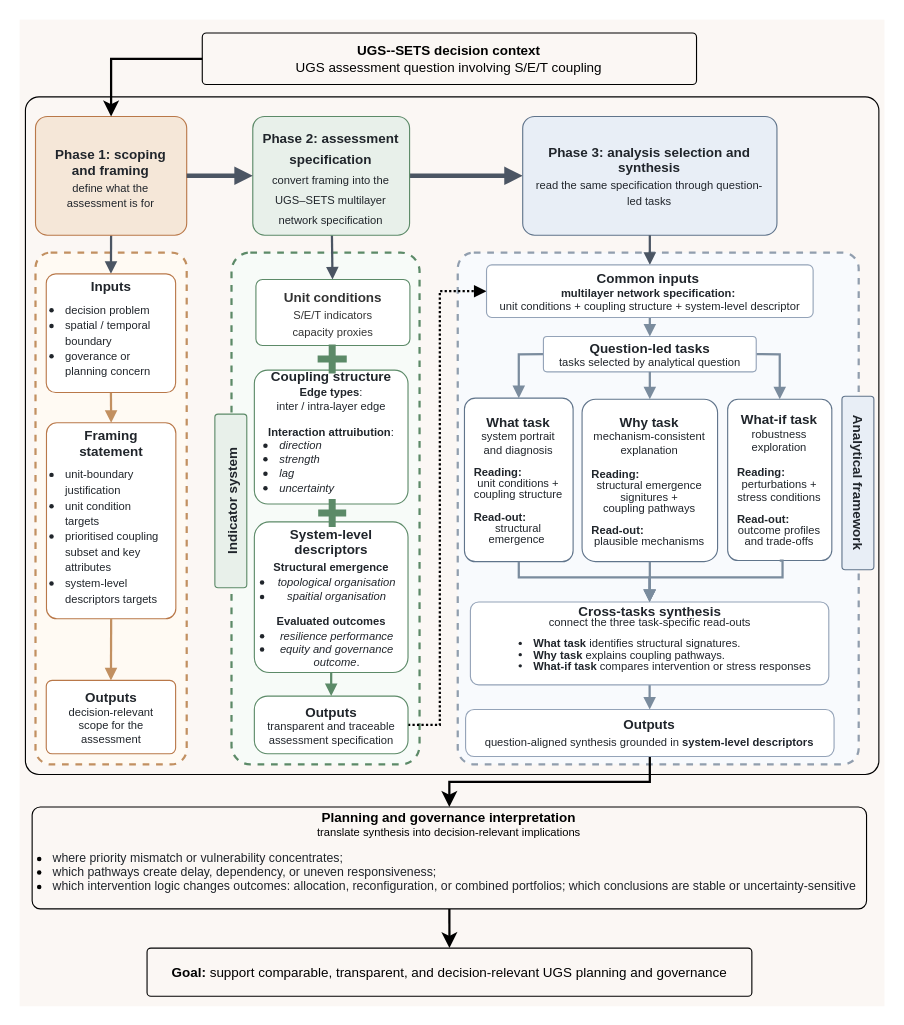
Earlier version of the draw.io diagram section5-workflow.drawio (ZixuanLi317/iodraw-files). Source tidied: cells renumbered, new cells numbered last; positions are measured from the earlier drawing's top-left corner, leaving out a move shared by most shapes. Both pictures are drawn from the tidied source at 112%, with x=0, y=0 at pixel (19, 19).
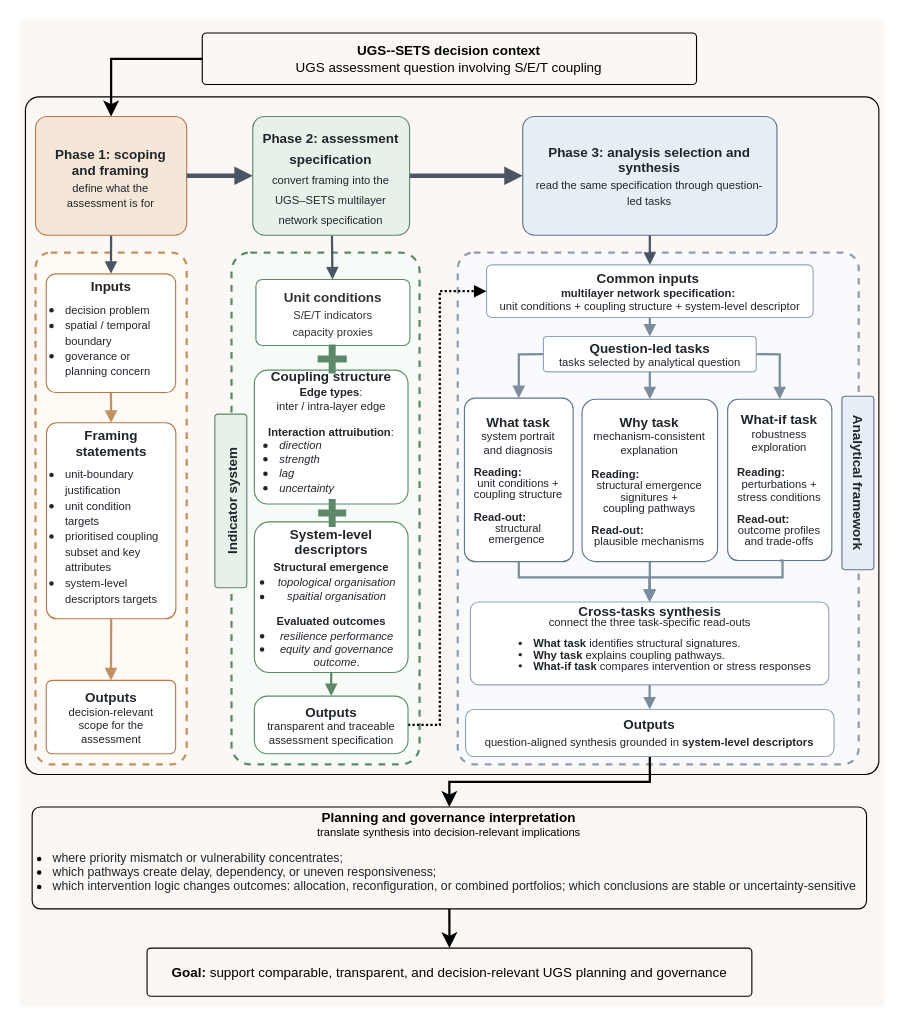
The same diagram, later.

The edit, as a diff of the source:
```diff
@@
-    <mxCell id="39" value="&lt;div style=&quot;line-height:116%;&quot;&gt;&lt;b&gt;Framing statement&lt;/b&gt;&lt;br&gt;&lt;ul style=&quot;padding-left: 10px; margin-top: 6px; margin-bottom: 6px;&quot;&gt;&lt;li style=&quot;text-align: left;&quot;&gt;&lt;span style=&quot;font-size: 10px; text-align: center;&quot;&gt;unit-boundary justification&lt;/span&gt;&lt;/li&gt;&lt;li style=&quot;text-align: left;&quot;&gt;&lt;font style=&quot;font-size: 10px;&quot;&gt;unit condition targets&lt;/font&gt;&lt;/li&gt;&lt;li style=&quot;text-align: left;&quot;&gt;&lt;span style=&quot;font-size: 10px; text-align: center;&quot;&gt;prioritised coupling subset and key attributes&lt;/span&gt;&lt;/li&gt;&lt;li style=&quot;text-align: left;&quot;&gt;&lt;span style=&quot;font-size: 10px; text-align: center;&quot;&gt;system-level descriptors targets&lt;/span&gt;&lt;/li&gt;&lt;/ul&gt;&lt;/div&gt;" style="whiteSpace=wrap;html=1;fillColor=#ffffff;strokeColor=#b97849;strokeWidth=1;fontSize=12;fontColor=#20252b;fontStyle=0;fontFamily=Helvetica;align=center;verticalAlign=middle;spacing=8;rounded=1;arcSize=8;" parent="1" vertex="1">
+    <mxCell id="39" value="&lt;div style=&quot;line-height:116%;&quot;&gt;&lt;b&gt;Framing statements&lt;/b&gt;&lt;br&gt;&lt;ul style=&quot;padding-left: 10px; margin-top: 6px; margin-bottom: 6px;&quot;&gt;&lt;li style=&quot;text-align: left;&quot;&gt;&lt;span style=&quot;font-size: 10px; text-align: center;&quot;&gt;unit-boundary justification&lt;/span&gt;&lt;/li&gt;&lt;li style=&quot;text-align: left;&quot;&gt;&lt;font style=&quot;font-size: 10px;&quot;&gt;unit condition targets&lt;/font&gt;&lt;/li&gt;&lt;li style=&quot;text-align: left;&quot;&gt;&lt;span style=&quot;font-size: 10px; text-align: center;&quot;&gt;prioritised coupling subset and key attributes&lt;/span&gt;&lt;/li&gt;&lt;li style=&quot;text-align: left;&quot;&gt;&lt;span style=&quot;font-size: 10px; text-align: center;&quot;&gt;system-level descriptors targets&lt;/span&gt;&lt;/li&gt;&lt;/ul&gt;&lt;/div&gt;" style="whiteSpace=wrap;html=1;fillColor=#ffffff;strokeColor=#b97849;strokeWidth=1;fontSize=12;fontColor=#20252b;fontStyle=0;fontFamily=Helvetica;align=center;verticalAlign=middle;spacing=8;rounded=1;arcSize=8;" parent="1" vertex="1">
       <mxGeometry x="24" y="360" width="115.5" height="175" as="geometry" />
     </mxCell>
```
